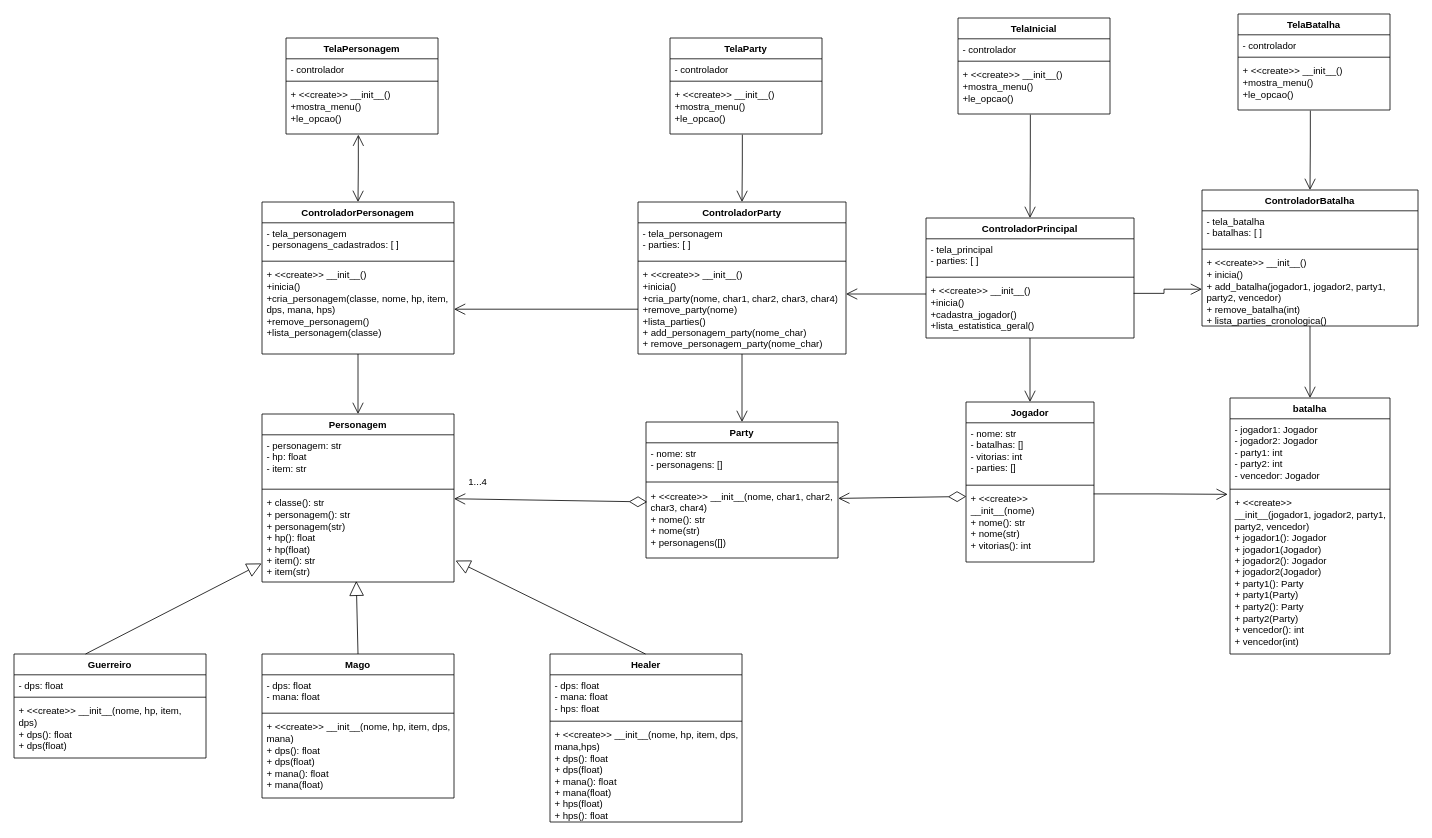
This is MVC_RPG.drawio from Coelho50/DSO_T1, a draw.io file, before an edit. Source tidied: cells renumbered, new cells numbered last; positions are measured from the earlier drawing's top-left corner, leaving out a move shared by most shapes. Both pictures are drawn from the tidied source at 80%, with x=0, y=0 at pixel (14, 14).
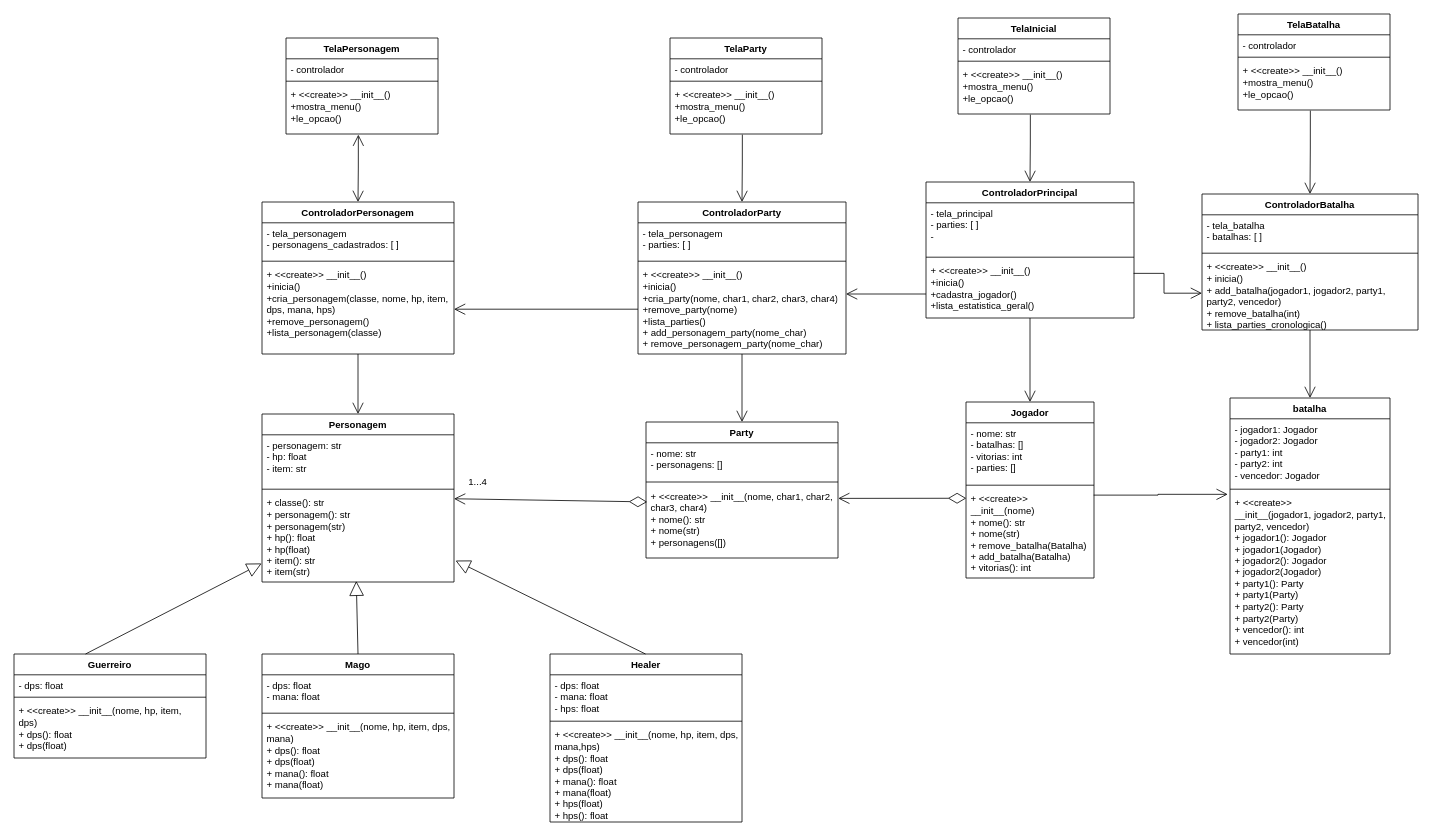
The same diagram, later.

Diff of the diagram source:
```diff
@@
     <mxCell id="6" value="Jogador" style="swimlane;fontStyle=1;align=center;verticalAlign=top;horizontal=1;startSize=26;whiteSpace=wrap;html=1;" parent="1" vertex="1">
-      <mxGeometry x="1190" y="485" width="160" height="200" as="geometry" />
+      <mxGeometry x="1190" y="485" width="160" height="220" as="geometry" />
     </mxCell>
@@
-    <mxCell id="9" value="&lt;div&gt;+ &amp;lt;&amp;lt;create&amp;gt;&amp;gt;&lt;/div&gt;&lt;div&gt;&lt;span style=&quot;background-color: initial;&quot;&gt;__init__(nome)&lt;/span&gt;&lt;/div&gt;&lt;div&gt;+ nome(): str&lt;/div&gt;&lt;div&gt;+ nome(str)&lt;/div&gt;&lt;div&gt;+ vitorias(): int&lt;/div&gt;" style="text;strokeColor=none;fillColor=none;align=left;verticalAlign=top;spacingLeft=4;spacingRight=4;overflow=hidden;points=[[0,0.5],[1,0.5]];portConstraint=eastwest;whiteSpace=wrap;html=1;" parent="6" vertex="1">
-      <mxGeometry y="108" width="160" height="92" as="geometry" />
+    <mxCell id="9" value="&lt;div&gt;+ &amp;lt;&amp;lt;create&amp;gt;&amp;gt;&lt;/div&gt;&lt;div&gt;&lt;span style=&quot;background-color: initial;&quot;&gt;__init__(nome)&lt;/span&gt;&lt;/div&gt;&lt;div&gt;+ nome(): str&lt;/div&gt;&lt;div&gt;+ nome(str)&lt;/div&gt;&lt;div&gt;+ remove_batalha(Batalha)&lt;/div&gt;&lt;div&gt;+ add_batalha(Batalha)&lt;/div&gt;&lt;div&gt;+ vitorias(): int&lt;/div&gt;" style="text;strokeColor=none;fillColor=none;align=left;verticalAlign=top;spacingLeft=4;spacingRight=4;overflow=hidden;points=[[0,0.5],[1,0.5]];portConstraint=eastwest;whiteSpace=wrap;html=1;" parent="6" vertex="1">
+      <mxGeometry y="108" width="160" height="112" as="geometry" />
     </mxCell>
@@
     <mxCell id="62" value="ControladorPrincipal" style="swimlane;fontStyle=1;align=center;verticalAlign=top;horizontal=1;startSize=26;whiteSpace=wrap;html=1;" parent="1" vertex="1">
-      <mxGeometry x="1140" y="255" width="260" height="150" as="geometry" />
+      <mxGeometry x="1140" y="210" width="260" height="170" as="geometry" />
     </mxCell>
-    <mxCell id="63" value="- tela_principal&lt;br&gt;&lt;div&gt;- parties: [ ]&lt;/div&gt;" style="text;strokeColor=none;fillColor=none;align=left;verticalAlign=top;spacingLeft=4;spacingRight=4;overflow=hidden;whiteSpace=wrap;html=1;" parent="62" vertex="1">
-      <mxGeometry y="26" width="260" height="44" as="geometry" />
+    <mxCell id="63" value="- tela_principal&lt;br&gt;&lt;div&gt;- parties: [ ]&lt;/div&gt;&lt;div&gt;-&amp;nbsp;&lt;/div&gt;" style="text;strokeColor=none;fillColor=none;align=left;verticalAlign=top;spacingLeft=4;spacingRight=4;overflow=hidden;whiteSpace=wrap;html=1;" parent="62" vertex="1">
+      <mxGeometry y="26" width="260" height="64" as="geometry" />
     </mxCell>
     <mxCell id="64" style="line;strokeWidth=1;fillColor=none;align=left;verticalAlign=middle;spacingTop=-1;spacingLeft=3;spacingRight=3;labelPosition=right;strokeColor=inherit;" parent="62" vertex="1">
-      <mxGeometry y="70" width="260" height="8" as="geometry" />
+      <mxGeometry y="90" width="260" height="8" as="geometry" />
     </mxCell>
-    <mxCell id="65" value="&lt;div&gt;+ &amp;lt;&amp;lt;create&amp;gt;&amp;gt; &lt;span style=&quot;background-color: initial;&quot;&gt;__init__()&lt;/span&gt;&lt;/div&gt;&lt;div&gt;&lt;span style=&quot;background-color: initial;&quot;&gt;+inicia()&lt;br&gt;&lt;/span&gt;&lt;/div&gt;&lt;div&gt;&lt;span style=&quot;background-color: initial;&quot;&gt;+cadastra_jogador()&lt;/span&gt;&lt;/div&gt;&lt;div&gt;&lt;span style=&quot;background-color: initial;&quot;&gt;+lista_estatistica_geral()&lt;br&gt;&lt;/span&gt;&lt;/div&gt;&lt;div&gt;&lt;br&gt;&lt;/div&gt;" style="text;strokeColor=none;fillColor=none;align=left;verticalAlign=top;spacingLeft=4;spacingRight=4;overflow=hidden;points=[[0,0.5],[1,0.5]];portConstraint=eastwest;whiteSpace=wrap;html=1;" parent="62" vertex="1">
-      <mxGeometry y="78" width="260" height="72" as="geometry" />
+    <mxCell id="65" value="&lt;div&gt;+ &amp;lt;&amp;lt;create&amp;gt;&amp;gt; &lt;span style=&quot;background-color: initial;&quot;&gt;__init__()&lt;/span&gt;&lt;/div&gt;&lt;div&gt;&lt;span style=&quot;background-color: initial;&quot;&gt;+inicia()&lt;br&gt;&lt;/span&gt;&lt;/div&gt;&lt;div&gt;&lt;span style=&quot;background-color: initial;&quot;&gt;+cadastra_jogador()&lt;/span&gt;&lt;/div&gt;&lt;div&gt;&lt;span style=&quot;background-color: initial;&quot;&gt;+lista_estatistica_geral()&lt;/span&gt;&lt;/div&gt;" style="text;strokeColor=none;fillColor=none;align=left;verticalAlign=top;spacingLeft=4;spacingRight=4;overflow=hidden;points=[[0,0.5],[1,0.5]];portConstraint=eastwest;whiteSpace=wrap;html=1;" parent="62" vertex="1">
+      <mxGeometry y="98" width="260" height="72" as="geometry" />
     </mxCell>
@@
     <mxCell id="73" value="ControladorBatalha" style="swimlane;fontStyle=1;align=center;verticalAlign=top;horizontal=1;startSize=26;whiteSpace=wrap;html=1;" parent="1" vertex="1">
-      <mxGeometry x="1485" y="220" width="270" height="170" as="geometry" />
+      <mxGeometry x="1485" y="225" width="270" height="170" as="geometry" />
     </mxCell>
```
